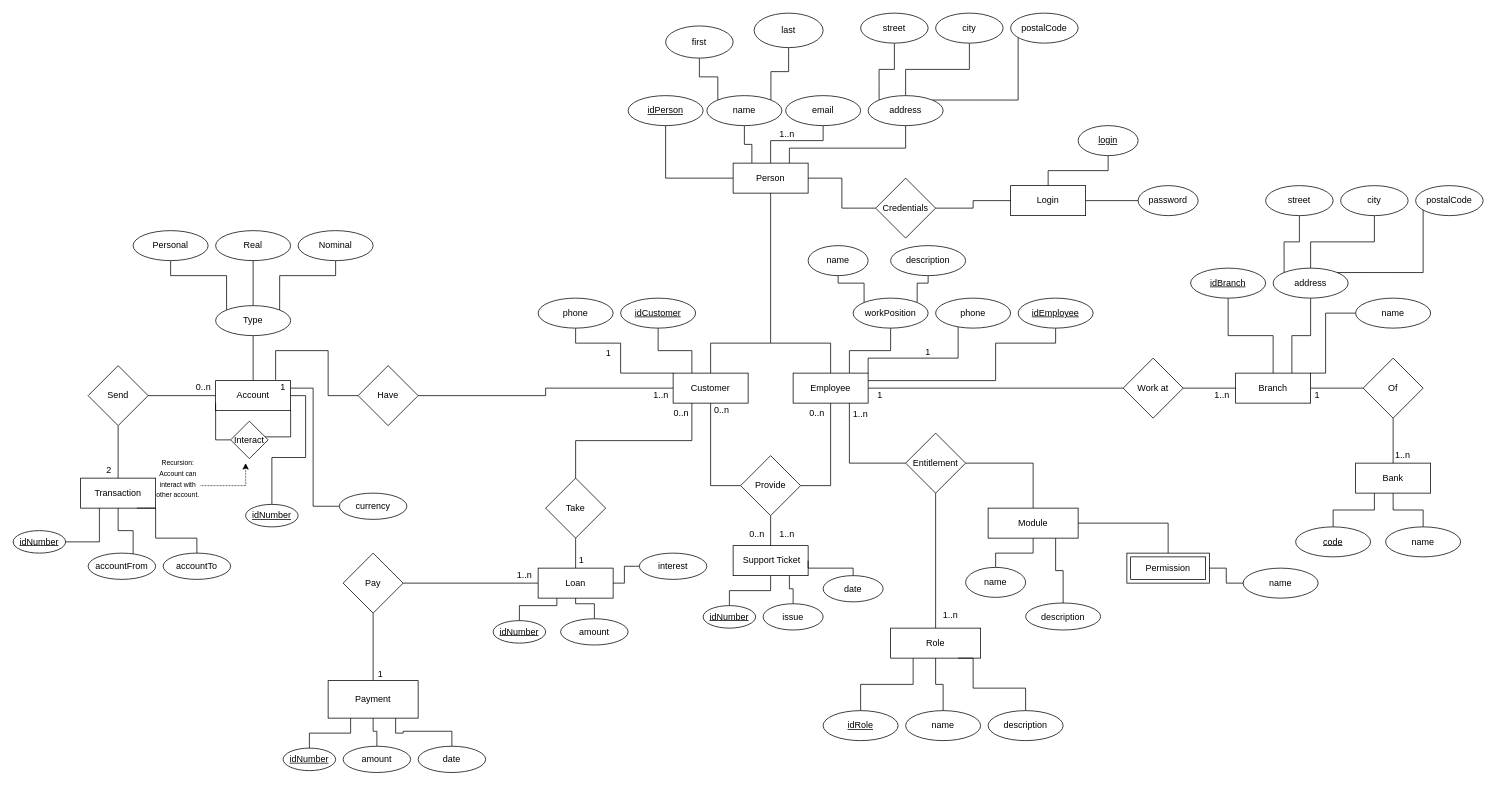
Before: Bank Management System.drawio in verbima1/B0B36DBS, a draw.io diagram. Source tidied: cells renumbered, new cells numbered last; positions are measured from the earlier drawing's top-left corner, leaving out a move shared by most shapes. Both pictures are drawn from the tidied source at 75%, with x=0, y=0 at pixel (13, 13).
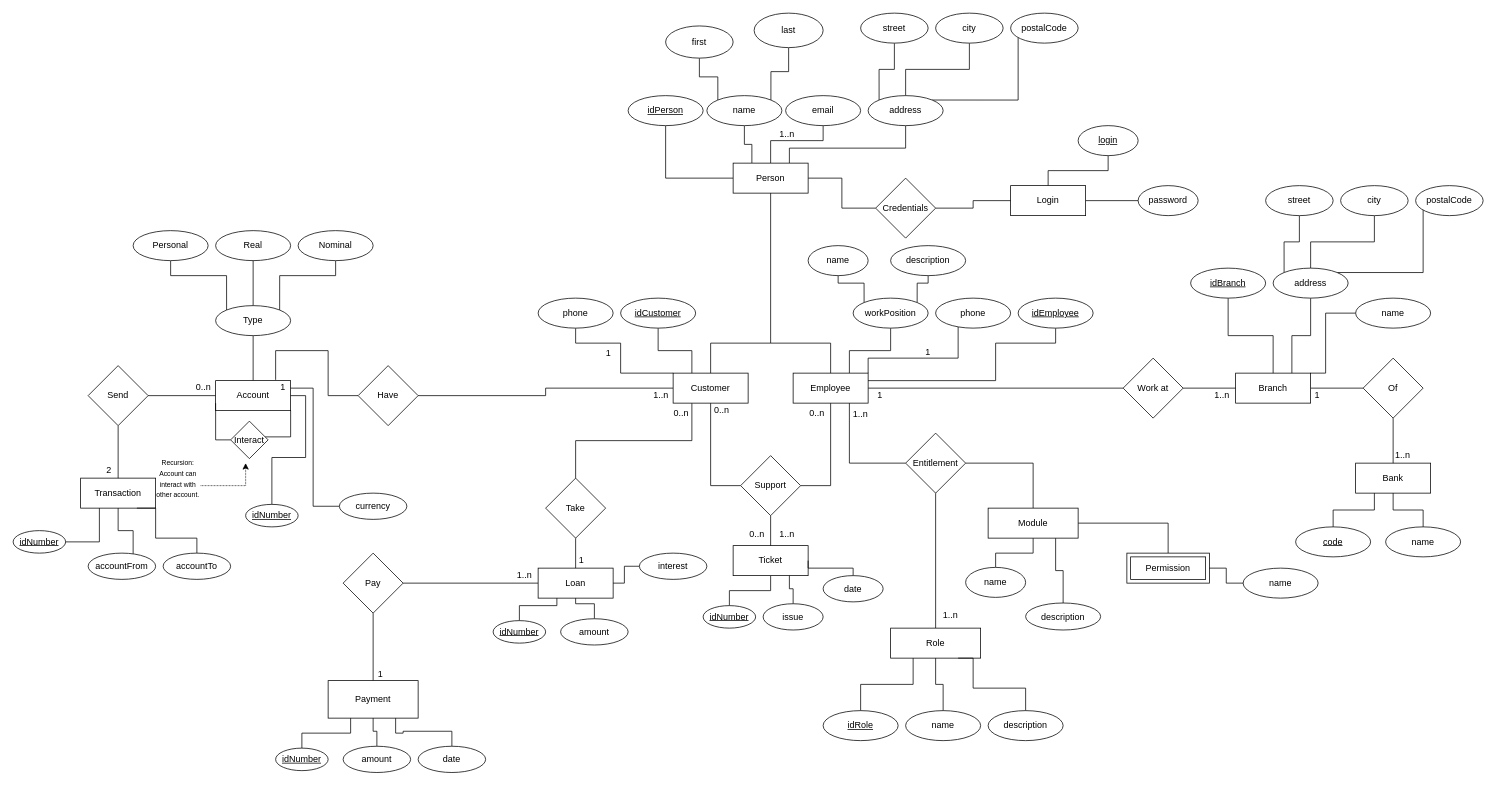
Above is the later version.

What changed in the source:
```diff
@@
-    <mxCell id="18" value="&amp;nbsp;Support Ticket" style="whiteSpace=wrap;html=1;align=center;" parent="1" vertex="1">
+    <mxCell id="18" value="Ticket" style="whiteSpace=wrap;html=1;align=center;" parent="1" vertex="1">
       <mxGeometry x="960" y="710" width="100" height="40" as="geometry" />
     </mxCell>
@@
-    <mxCell id="39" value="Provide" style="rhombus;whiteSpace=wrap;html=1;" parent="1" vertex="1">
+    <mxCell id="39" value="Support" style="rhombus;whiteSpace=wrap;html=1;" parent="1" vertex="1">
       <mxGeometry x="970" y="590" width="80" height="80" as="geometry" />
     </mxCell>
@@
     <mxCell id="133" value="idNumber" style="ellipse;whiteSpace=wrap;html=1;align=center;fontStyle=4;" parent="1" vertex="1">
-      <mxGeometry x="360" y="980" width="70" height="30" as="geometry" />
+      <mxGeometry x="350" y="980" width="70" height="30" as="geometry" />
     </mxCell>
```
